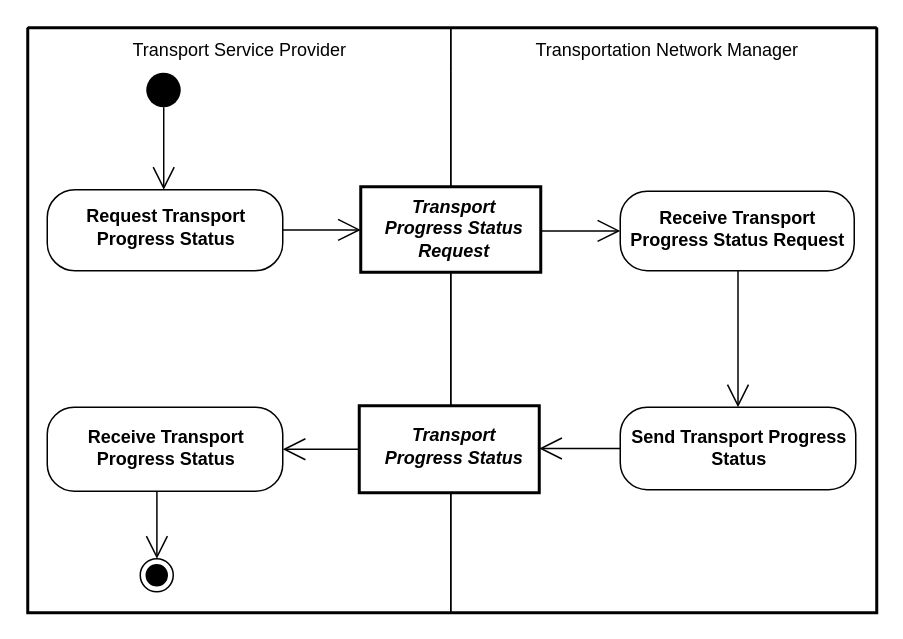
Before: diagrams/UBL-2.2-IMFM-TransportProgressStatus/UBL-2.2-IMFM-TransportProgressStatus.drawio in kduvekot/ubl-work-on-svg-images, a draw.io diagram. Source tidied: cells renumbered, new cells numbered last; positions are measured from the earlier drawing's top-left corner, leaving out a move shared by most shapes. Both pictures are drawn from the tidied source at 150%, with x=0, y=0 at pixel (27, 27).
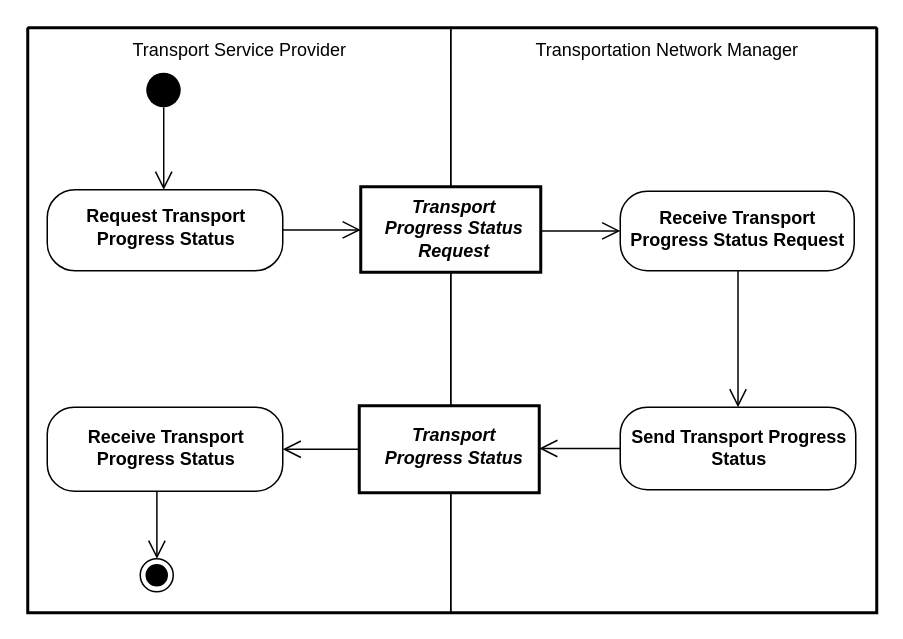
After the change.

Change to the diagram source:
```diff
@@
 <mxGraphModel>
   <root>
     <mxCell id="0" />
     <mxCell id="1" parent="0" />
     <mxCell id="2" style="swimlane;html=1;startSize=0;whiteSpace=wrap;fillColor=none;strokeWidth=2;" parent="1" vertex="1">
       <mxGeometry width="566" height="390" as="geometry" />
     </mxCell>
     <mxCell id="3" value="Transport Service Provider" style="swimlane;horizontal=1;startSize=29;swimlaneLine=0;html=1;fillColor=none;fontStyle=0;spacing=0;" parent="2" vertex="1">
       <mxGeometry width="282" height="390" as="geometry" />
     </mxCell>
     <mxCell id="4" value="Transportation Network Manager" style="swimlane;horizontal=1;startSize=29;swimlaneLine=0;html=1;fillColor=none;fontStyle=0;spacing=0;spacingLeft=3;" parent="2" vertex="1">
       <mxGeometry x="282" width="284" height="390" as="geometry" />
     </mxCell>
     <mxCell id="5" style="ellipse;shape=startState;fillColor=#000000;strokeColor=none;html=1;" parent="3" vertex="1">
       <mxGeometry x="75" y="26" width="31" height="31" as="geometry" />
     </mxCell>
     <mxCell id="6" value="Transport&lt;br&gt;Progress Status&lt;br&gt;Request" style="rounded=0;html=1;whiteSpace=nowrap;fontStyle=3;align=center;verticalAlign=middle;spacing=0;spacingLeft=3;spacingBottom=1;strokeWidth=2;" parent="4" vertex="1">
       <mxGeometry x="-60" y="106" width="120" height="57" as="geometry" />
     </mxCell>
     <mxCell id="7" value="Request Transport&lt;br&gt;Progress Status" style="rounded=1;absoluteArcSize=1;arcSize=37;html=1;whiteSpace=nowrap;fontStyle=1;align=center;verticalAlign=middle;spacing=0;spacingLeft=1;spacingBottom=4;" parent="3" vertex="1">
       <mxGeometry x="13" y="108" width="157" height="54" as="geometry" />
     </mxCell>
     <mxCell id="8" value="Receive Transport&lt;br&gt;Progress Status Request" style="rounded=1;absoluteArcSize=1;arcSize=36;html=1;whiteSpace=nowrap;fontStyle=1;align=center;verticalAlign=middle;spacing=0;spacingBottom=4;" parent="4" vertex="1">
       <mxGeometry x="113" y="109" width="156" height="53" as="geometry" />
     </mxCell>
     <mxCell id="9" value="Receive Transport&lt;br&gt;Progress Status" style="rounded=1;absoluteArcSize=1;arcSize=36;html=1;whiteSpace=nowrap;fontStyle=1;align=center;verticalAlign=middle;spacing=0;spacingBottom=2;" parent="3" vertex="1">
       <mxGeometry x="13" y="253" width="157" height="56" as="geometry" />
     </mxCell>
     <mxCell id="10" value="Send Transport Progress&lt;br&gt;Status" style="rounded=1;absoluteArcSize=1;arcSize=36;html=1;whiteSpace=nowrap;fontStyle=1;align=center;verticalAlign=middle;spacing=0;spacingLeft=1;spacingBottom=2;" parent="4" vertex="1">
       <mxGeometry x="113" y="253" width="157" height="55" as="geometry" />
     </mxCell>
     <mxCell id="11" value="Transport&lt;br&gt;Progress Status" style="rounded=0;html=1;whiteSpace=nowrap;fontStyle=3;align=center;verticalAlign=middle;spacing=0;spacingLeft=5;spacingBottom=4;strokeWidth=2;" parent="4" vertex="1">
       <mxGeometry x="-61" y="252" width="120" height="58" as="geometry" />
     </mxCell>
     <mxCell id="12" style="ellipse;shape=endState;fillColor=#000000;html=1;" parent="3" vertex="1">
       <mxGeometry x="75" y="354" width="22" height="22" as="geometry" />
     </mxCell>
-    <mxCell id="13" style="edgeStyle=none;rounded=0;html=1;endArrow=open;endFill=0;endSize=13;exitPerimeter=0;entryX=0.4946;entryY=0;entryPerimeter=0;exitX=0.50491;exitY=0.8718;" parent="3" edge="1" source="5" target="7">
+    <mxCell id="13" style="edgeStyle=none;rounded=0;html=1;endArrow=open;endFill=0;endSize=10;exitPerimeter=0;entryX=0.4946;entryY=0;entryPerimeter=0;exitX=0.50491;exitY=0.8718;" parent="3" edge="1" source="5" target="7">
       <mxGeometry relative="1" as="geometry" />
     </mxCell>
-    <mxCell id="14" style="edgeStyle=none;rounded=0;html=1;endArrow=open;endFill=0;endSize=13;exitPerimeter=0;entryX=0;entryY=0.5052;entryPerimeter=0;exitX=1;exitY=0.49623;" parent="2" edge="1" source="7" target="6">
+    <mxCell id="14" style="edgeStyle=none;rounded=0;html=1;endArrow=open;endFill=0;endSize=10;exitPerimeter=0;entryX=0;entryY=0.5052;entryPerimeter=0;exitX=1;exitY=0.49623;" parent="2" edge="1" source="7" target="6">
       <mxGeometry relative="1" as="geometry" />
     </mxCell>
-    <mxCell id="15" style="edgeStyle=none;rounded=0;html=1;endArrow=open;endFill=0;endSize=13;exitPerimeter=0;entryX=0;entryY=0.4991;entryPerimeter=0;exitX=1;exitY=0.516707;" parent="4" edge="1" source="6" target="8">
+    <mxCell id="15" style="edgeStyle=none;rounded=0;html=1;endArrow=open;endFill=0;endSize=10;exitPerimeter=0;entryX=0;entryY=0.4991;entryPerimeter=0;exitX=1;exitY=0.516707;" parent="4" edge="1" source="6" target="8">
       <mxGeometry relative="1" as="geometry" />
     </mxCell>
-    <mxCell id="16" style="edgeStyle=none;rounded=0;html=1;endArrow=open;endFill=0;endSize=13;exitPerimeter=0;entryX=0.5;entryY=0;entryPerimeter=0;exitX=0.503205;exitY=1;" parent="4" edge="1" source="8" target="10">
+    <mxCell id="16" style="edgeStyle=none;rounded=0;html=1;endArrow=open;endFill=0;endSize=10;exitPerimeter=0;entryX=0.5;entryY=0;entryPerimeter=0;exitX=0.503205;exitY=1;" parent="4" edge="1" source="8" target="10">
       <mxGeometry relative="1" as="geometry" />
     </mxCell>
-    <mxCell id="17" style="edgeStyle=none;rounded=0;html=1;endArrow=open;endFill=0;endSize=13;exitX=0;exitY=0.5;exitPerimeter=0;entryX=1;entryY=0.5;entryPerimeter=0;" parent="2" edge="1" source="11" target="9">
+    <mxCell id="17" style="edgeStyle=none;rounded=0;html=1;endArrow=open;endFill=0;endSize=10;exitX=0;exitY=0.5;exitPerimeter=0;entryX=1;entryY=0.5;entryPerimeter=0;" parent="2" edge="1" source="11" target="9">
       <mxGeometry relative="1" as="geometry" />
     </mxCell>
-    <mxCell id="18" style="edgeStyle=none;rounded=0;html=1;endArrow=open;endFill=0;endSize=13;exitPerimeter=0;entryX=1;entryY=0.4913;entryPerimeter=0;exitX=0;exitY=0.499916;" parent="4" edge="1" source="10" target="11">
+    <mxCell id="18" style="edgeStyle=none;rounded=0;html=1;endArrow=open;endFill=0;endSize=10;exitPerimeter=0;entryX=1;entryY=0.4913;entryPerimeter=0;exitX=0;exitY=0.499916;" parent="4" edge="1" source="10" target="11">
       <mxGeometry relative="1" as="geometry" />
     </mxCell>
-    <mxCell id="19" style="edgeStyle=none;rounded=0;html=1;endArrow=open;endFill=0;endSize=13;exitPerimeter=0;entryX=0.5045;entryY=0;entryPerimeter=0;exitX=0.465599;exitY=1;" parent="3" edge="1" source="9" target="12">
+    <mxCell id="19" style="edgeStyle=none;rounded=0;html=1;endArrow=open;endFill=0;endSize=10;exitPerimeter=0;entryX=0.5045;entryY=0;entryPerimeter=0;exitX=0.465599;exitY=1;" parent="3" edge="1" source="9" target="12">
       <mxGeometry relative="1" as="geometry" />
     </mxCell>
   </root>
 </mxGraphModel>
```
